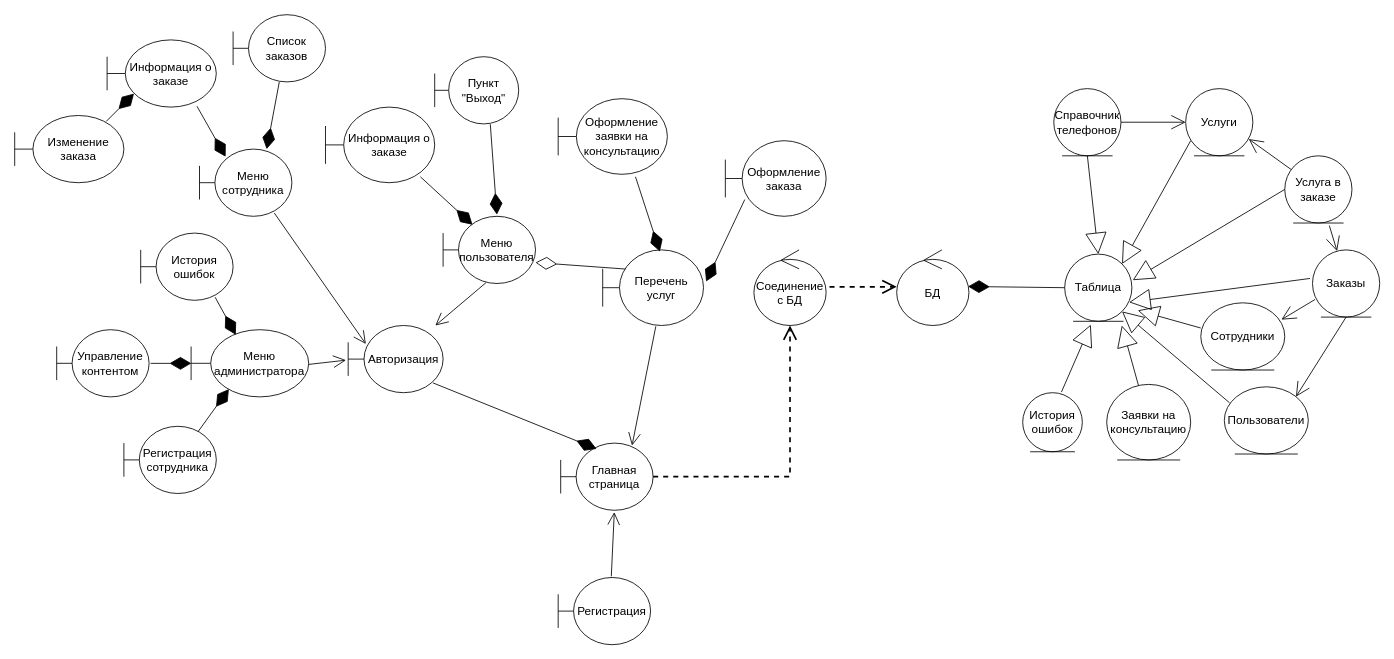
Above: page "Диаграмма классов анализа" (1 of 5) of Курсач/Диаграммы/Диаграмма классов анализа.drawio in JolyBin/Valeriy (draw.io), before the change. Source tidied: cells renumbered, new cells numbered last; positions are measured from the earlier drawing's top-left corner, leaving out a move shared by most shapes. Both pictures are drawn from the tidied source at 84%, with x=0, y=0 at pixel (14, 14).
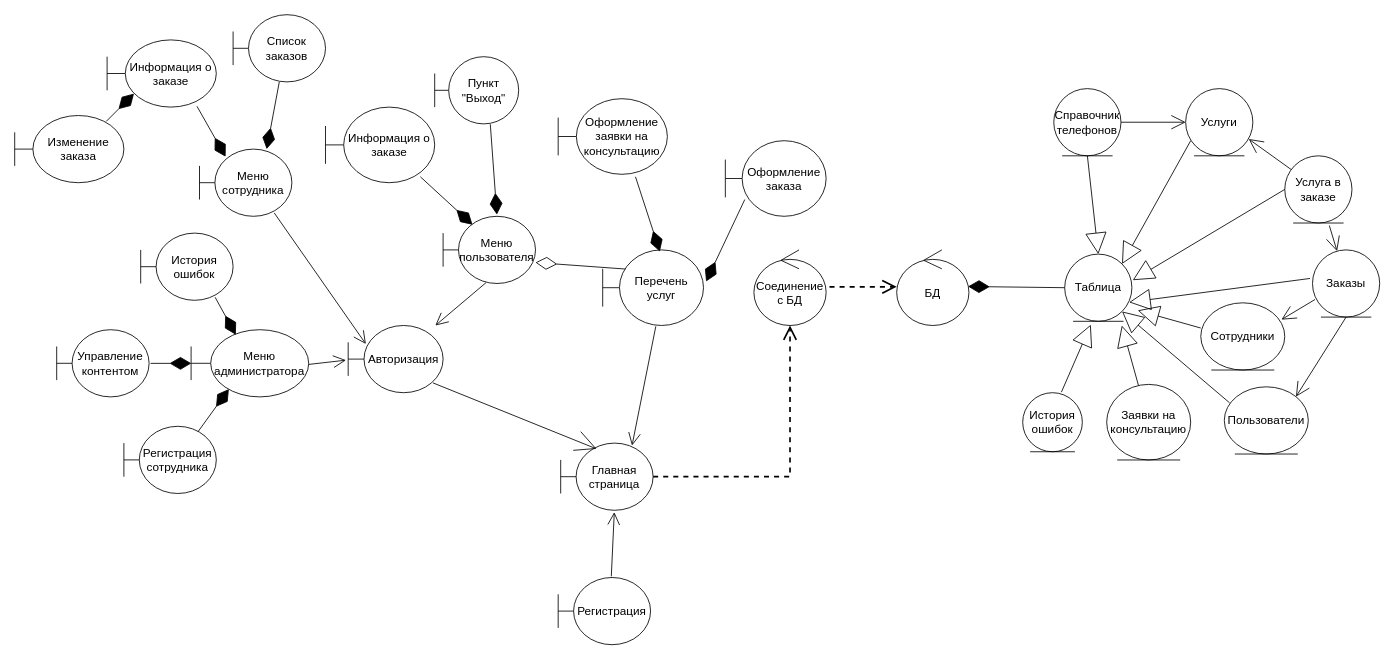
Above is the later version.

Commit message (it also covers changes not shown here):
СУУКА Я УСТАЛ ФИКСИТЬ 3 ЛАБУ

Unchanged cells that the change refers to:
```xml
<mxCell id="4" value="Главная страница" style="shape=umlBoundary;whiteSpace=wrap;html=1;fontSize=14;" parent="1" vertex="1">
  <mxGeometry x="650" y="510" width="110" height="80" as="geometry" />
</mxCell>
<mxCell id="8" value="Авторизация" style="shape=umlBoundary;whiteSpace=wrap;html=1;fontSize=14;" parent="1" vertex="1">
  <mxGeometry x="397" y="370" width="113" height="80" as="geometry" />
</mxCell>
```

Change to the diagram source:
```diff
@@
-    <mxCell id="38" style="endArrow=diamondThin;html=1;exitX=0.893;exitY=0.854;exitDx=0;exitDy=0;exitPerimeter=0;entryX=0.388;entryY=0.086;entryDx=0;entryDy=0;entryPerimeter=0;endFill=1;endSize=23;fontSize=14;" parent="1" edge="1" source="8" target="4">
+    <mxCell id="38" style="endArrow=open;html=1;exitX=0.893;exitY=0.854;exitDx=0;exitDy=0;exitPerimeter=0;entryX=0.388;entryY=0.086;entryDx=0;entryDy=0;entryPerimeter=0;endFill=0;endSize=23;fontSize=14;" parent="1" edge="1" source="8" target="4">
       <mxGeometry relative="1" as="geometry" />
     </mxCell>
```
